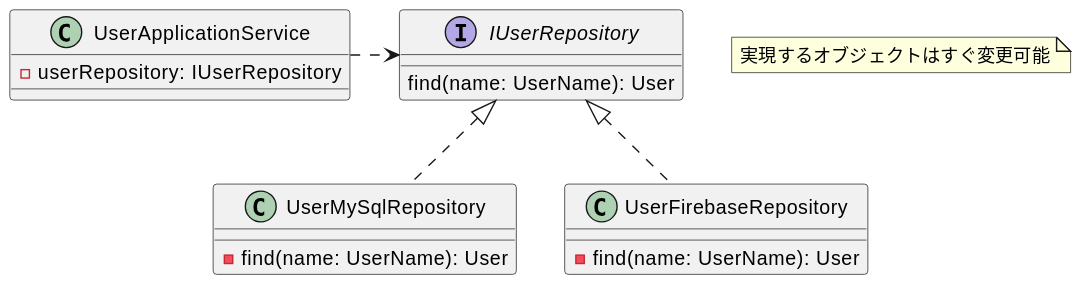
The PlantUML diagram diagrams/ch07-multiple-impl.svg in Yuki-TU/ddd, before a commit.
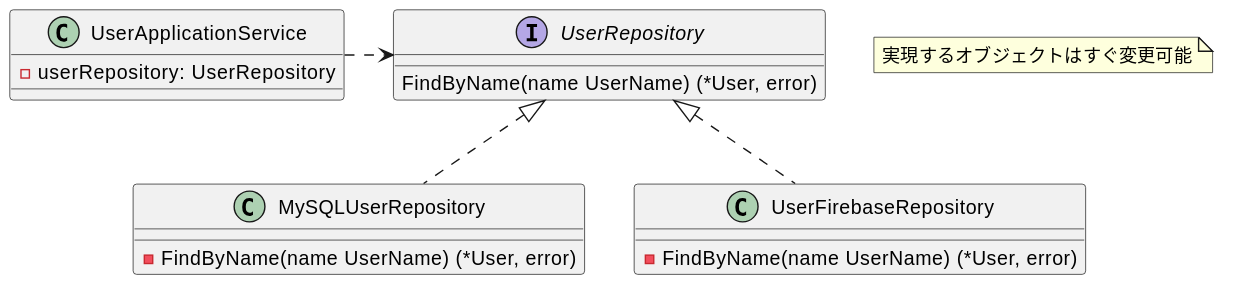
The same file after the commit.

Change to the diagram source:
```diff
@@ -1,19 +1,19 @@
 @startuml
-IUserRepository <|.. UserMySqlRepository
-IUserRepository <|..   UserFirebaseRepository
-UserApplicationService .> IUserRepository
+UserRepository <|.. MySQLUserRepository
+UserRepository <|..   UserFirebaseRepository
+UserApplicationService .> UserRepository
 
-interface IUserRepository {
-  find(name: UserName): User
+interface UserRepository {
+  FindByName(name UserName) (*User, error)
 }
 class UserApplicationService {
-  - userRepository: IUserRepository
+  - userRepository: UserRepository
 }
-class UserMySqlRepository {
-  - find(name: UserName): User
+class MySQLUserRepository {
+  - FindByName(name UserName) (*User, error)
 }
 class UserFirebaseRepository {
-  - find(name: UserName): User
+  - FindByName(name UserName) (*User, error)
 }
 note as note
 実現するオブジェクトはすぐ変更可能
```
